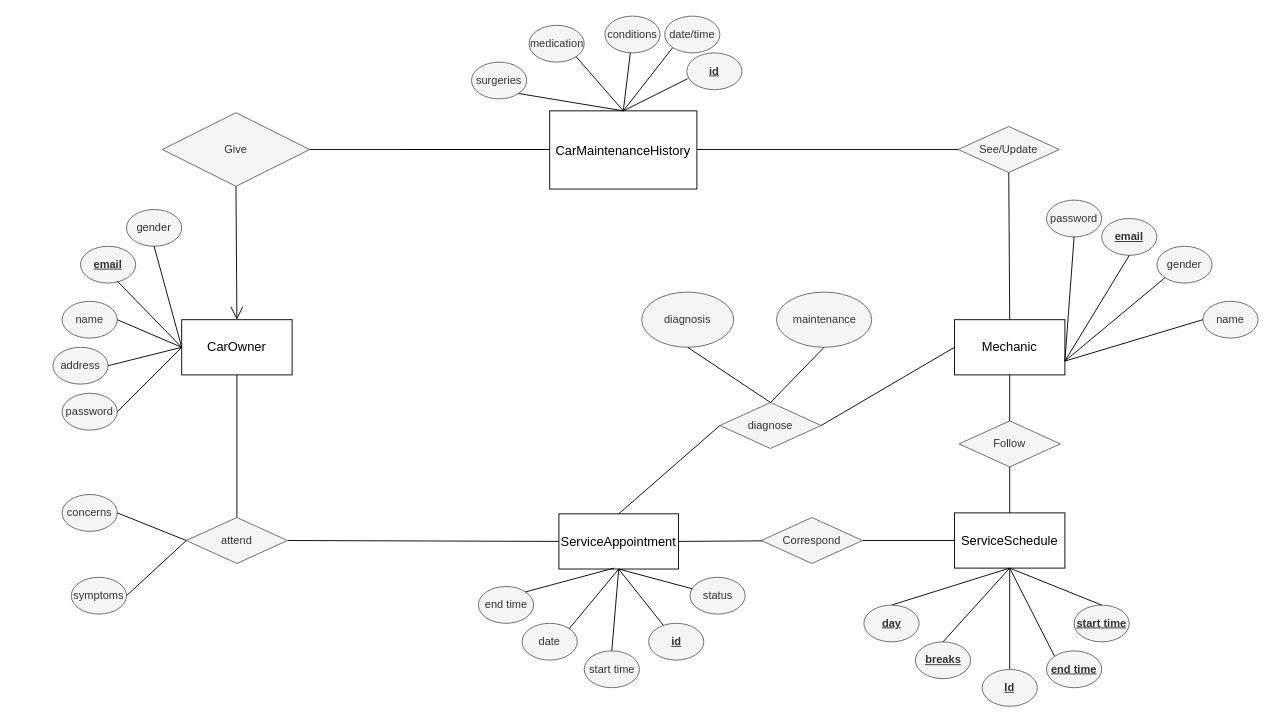
This is Untitled Diagram.drawio from TJames01/CarMaintenance, a draw.io file, before an edit. Source tidied: cells renumbered, new cells numbered last; positions are measured from the earlier drawing's top-left corner, leaving out a move shared by most shapes. Both pictures are drawn from the tidied source at 92%, with x=0, y=0 at pixel (52, 16).
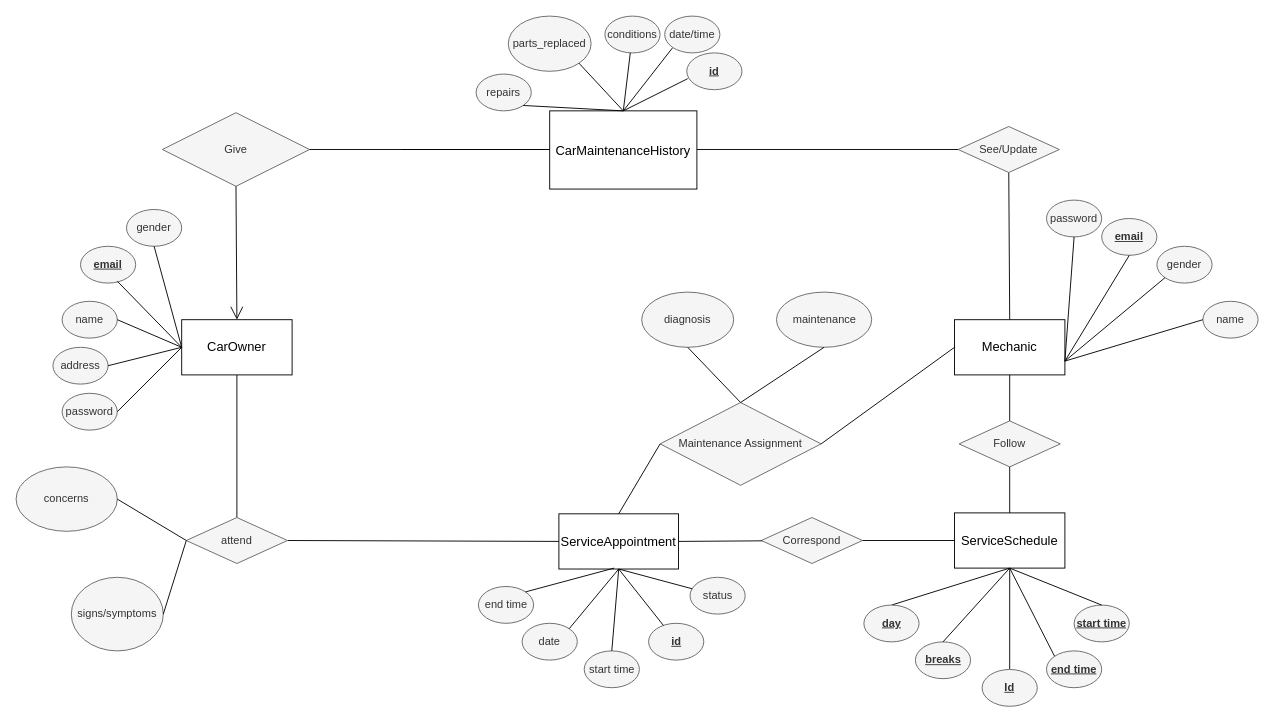
After the change.

Commit message:
CarMaintenance ER Diagram

Change to the diagram source:
```diff
@@
-    <mxCell id="31" value="surgeries" style="ellipse;whiteSpace=wrap;html=1;fillColor=#f5f5f5;strokeColor=#666666;fontColor=#333333;" parent="1" vertex="1">
-      <mxGeometry x="455" y="50" width="60" height="40" as="geometry" />
+    <mxCell id="31" value="repairs" style="ellipse;whiteSpace=wrap;html=1;fillColor=#f5f5f5;strokeColor=#666666;fontColor=#333333;" parent="1" vertex="1">
+      <mxGeometry x="460" y="63" width="60" height="40" as="geometry" />
     </mxCell>
-    <mxCell id="32" value="medication" style="ellipse;whiteSpace=wrap;html=1;fillColor=#f5f5f5;strokeColor=#666666;fontColor=#333333;" parent="1" vertex="1">
-      <mxGeometry x="517.5" y="10" width="60" height="40" as="geometry" />
+    <mxCell id="32" value="parts_replaced" style="ellipse;whiteSpace=wrap;html=1;fillColor=#f5f5f5;strokeColor=#666666;fontColor=#333333;" parent="1" vertex="1">
+      <mxGeometry x="495" width="90" height="60" as="geometry" />
     </mxCell>
@@
-    <mxCell id="43" value="diagnose" style="rhombus;whiteSpace=wrap;html=1;fillColor=#f5f5f5;strokeColor=#666666;fontColor=#333333;" parent="1" vertex="1">
-      <mxGeometry x="725" y="420" width="110" height="50" as="geometry" />
+    <mxCell id="43" value="Maintenance Assignment" style="rhombus;whiteSpace=wrap;html=1;fillColor=#f5f5f5;strokeColor=#666666;fontColor=#333333;" parent="1" vertex="1">
+      <mxGeometry x="660" y="420" width="175" height="90" as="geometry" />
     </mxCell>
@@
     <mxCell id="57" value="concerns" style="ellipse;whiteSpace=wrap;html=1;fillColor=#f5f5f5;strokeColor=#666666;fontColor=#333333;" parent="1" vertex="1">
-      <mxGeometry x="10" y="520" width="60" height="40" as="geometry" />
+      <mxGeometry x="-40" y="490" width="110" height="70" as="geometry" />
     </mxCell>
-    <mxCell id="58" value="symptoms" style="ellipse;whiteSpace=wrap;html=1;fillColor=#f5f5f5;strokeColor=#666666;fontColor=#333333;" parent="1" vertex="1">
-      <mxGeometry x="20" y="610" width="60" height="40" as="geometry" />
+    <mxCell id="58" value="signs/symptoms" style="ellipse;whiteSpace=wrap;html=1;fillColor=#f5f5f5;strokeColor=#666666;fontColor=#333333;" parent="1" vertex="1">
+      <mxGeometry x="20" y="610" width="100" height="80" as="geometry" />
     </mxCell>
```
